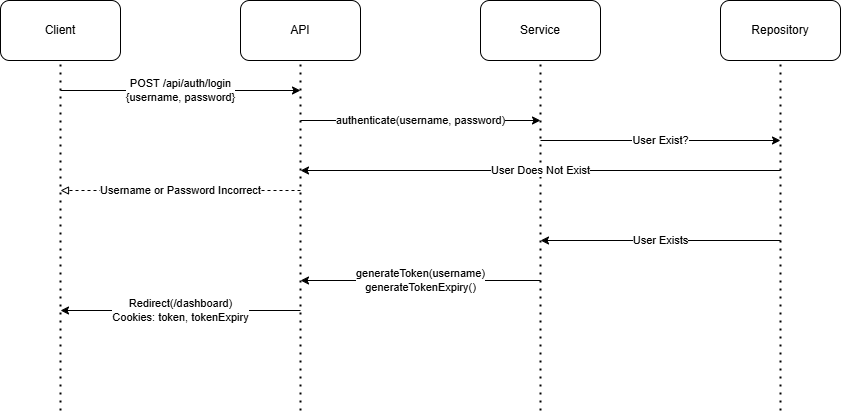
The draw.io diagram documents/images/LoginSequence.drawio.png in shahd9290/Competitive-Revision-Website, before a commit. Source tidied: cells renumbered, new cells last; positions are measured from the earlier drawing's top-left corner, leaving out a move shared by most shapes.
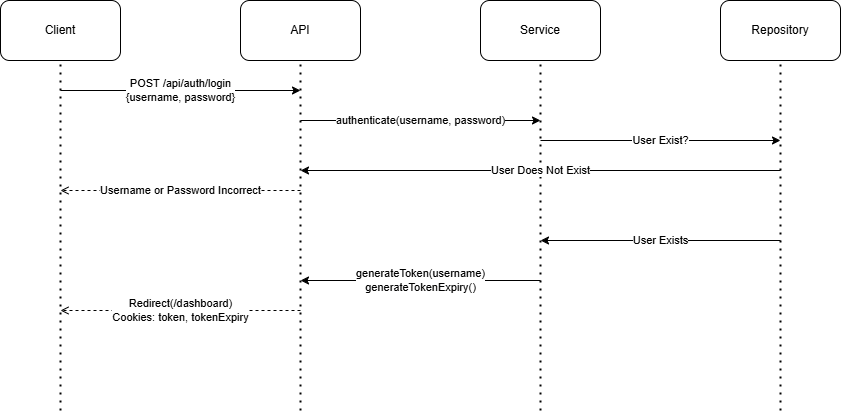
Later version of the same file.

Change to the diagram source:
```diff
@@ -64,7 +64,7 @@
         <mxPoint x="300" y="170" as="targetPoint" />
       </mxGeometry>
     </mxCell>
-    <mxCell id="15" value="Username or Password Incorrect" style="endArrow=block;html=1;rounded=0;endFill=0;dashed=1;" parent="1" edge="1">
+    <mxCell id="15" value="Username or Password Incorrect" style="endArrow=open;html=1;rounded=0;endFill=0;dashed=1;" parent="1" edge="1">
       <mxGeometry relative="1" as="geometry">
         <mxPoint x="300" y="190" as="sourcePoint" />
         <mxPoint x="60" y="190" as="targetPoint" />
@@ -76,7 +76,7 @@
         <mxPoint x="300" y="280" as="targetPoint" />
       </mxGeometry>
     </mxCell>
-    <mxCell id="17" value="Redirect(/dashboard)&lt;br&gt;Cookies: token, tokenExpiry" style="endArrow=classic;html=1;rounded=0;endFill=1;" parent="1" edge="1">
+    <mxCell id="17" value="Redirect(/dashboard)&lt;br&gt;Cookies: token, tokenExpiry" style="endArrow=open;html=1;rounded=0;endFill=0;dashed=1;" parent="1" edge="1">
       <mxGeometry relative="1" as="geometry">
         <mxPoint x="300" y="310" as="sourcePoint" />
         <mxPoint x="60" y="310" as="targetPoint" />
```
